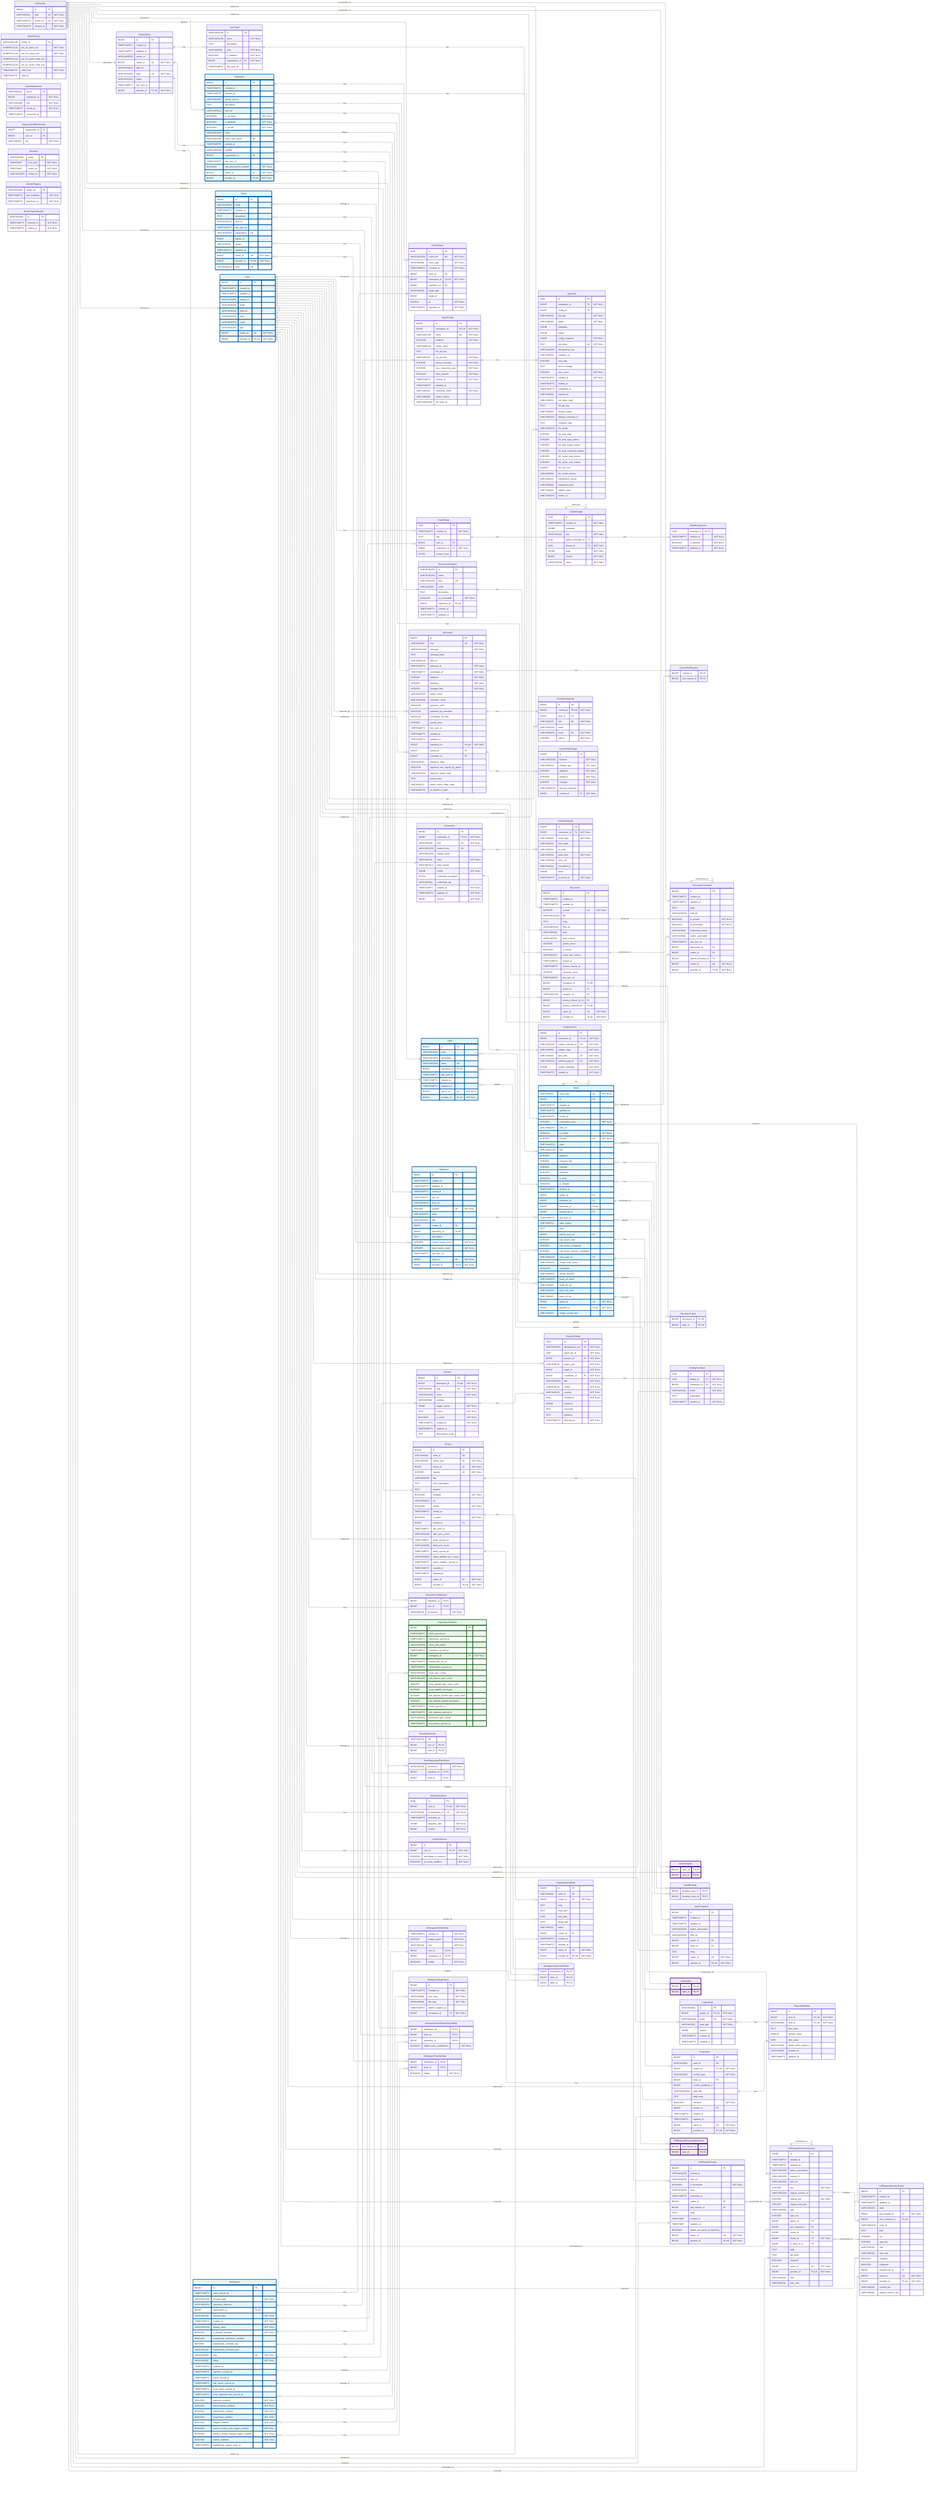
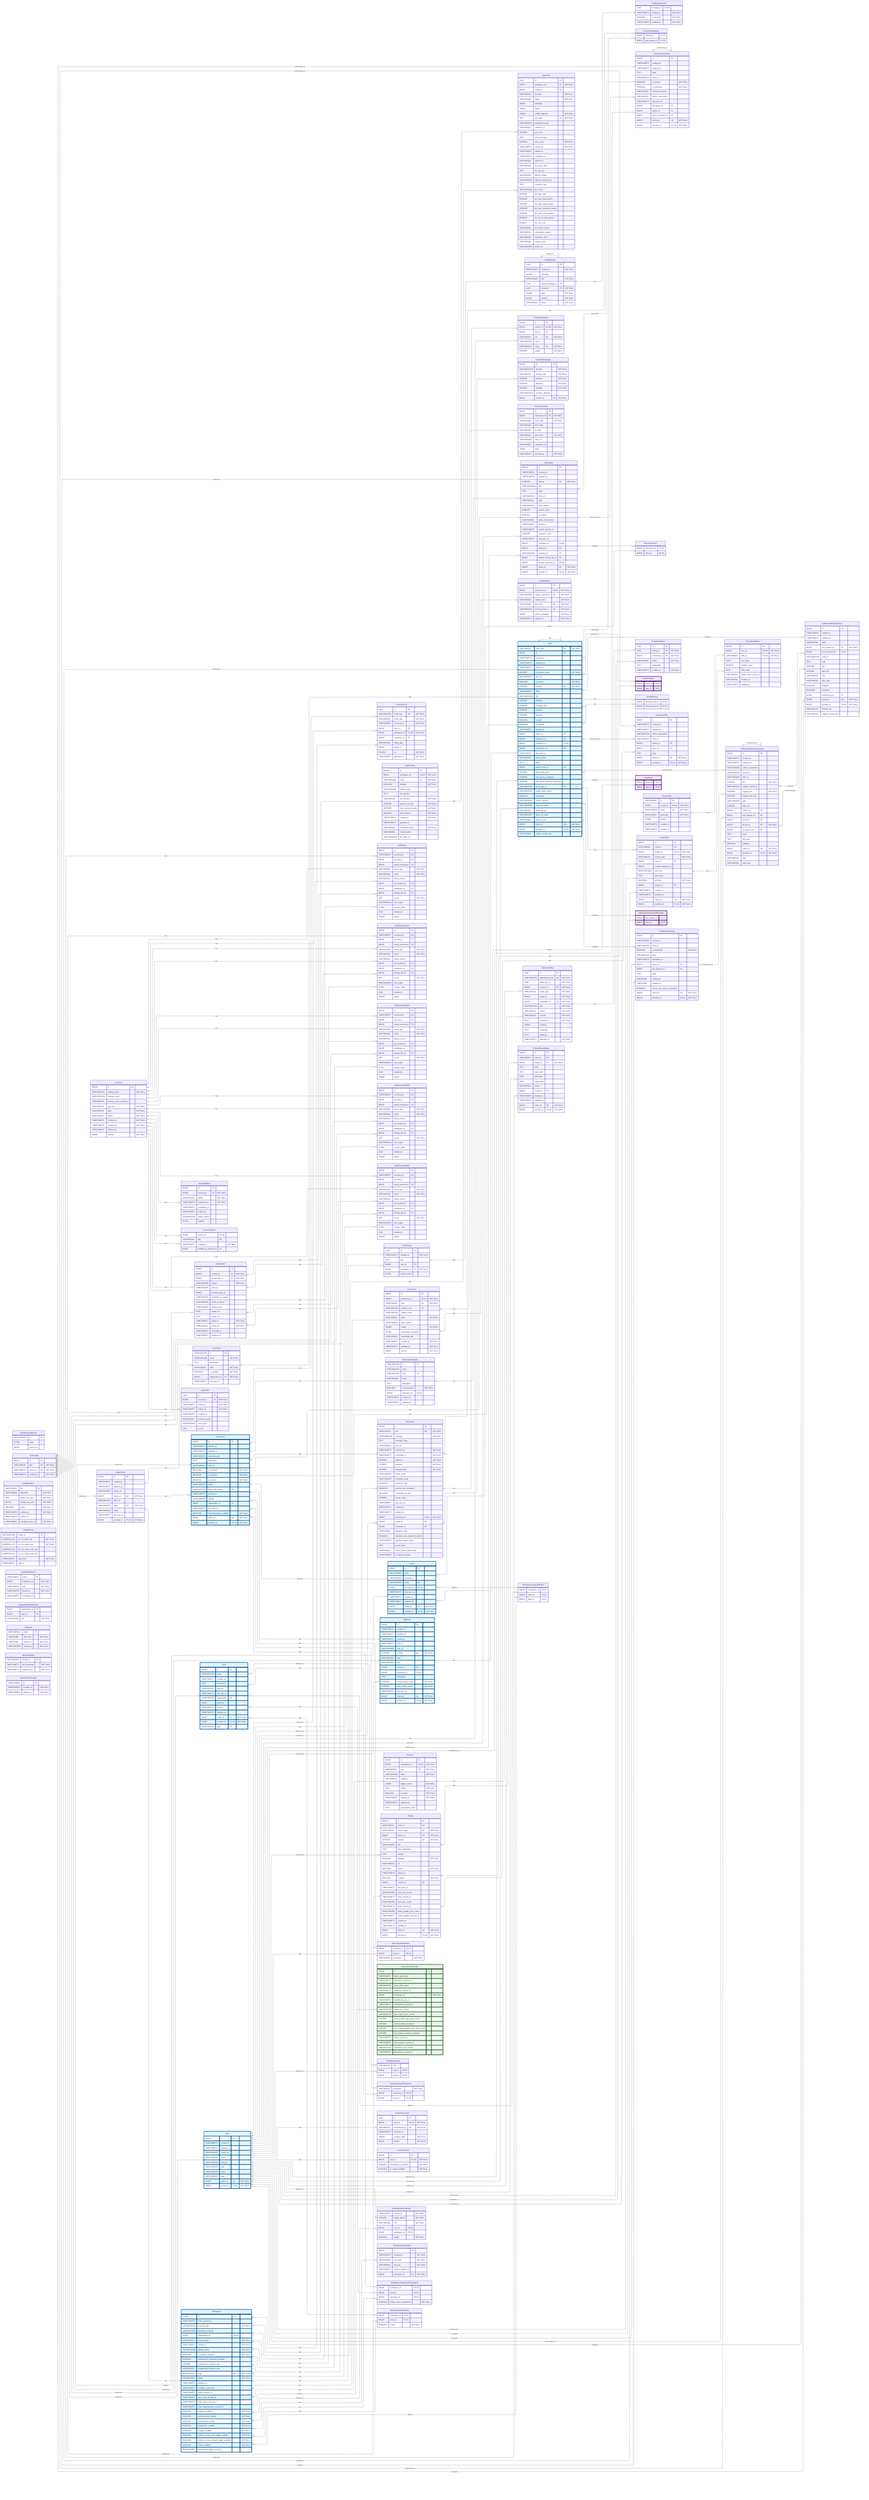
---
config:
    layout: elk
---
erDiagram
    %% Generated automatically from PostgreSQL database schema
    %% using scripts/generate-mermaid-erd.ts
    %% To regenerate: pnpm run db:generate-erd-docs

    direction LR
+ 
+     Account {
+         BIGINT id PK
+         VARCHAR(255) display_name "NOT NULL"
+         USER-DEFINED primary_email
+         TIMESTAMPTZ primary_email_verified_at
+         VARCHAR(16) app_role "NOT NULL"
+         VARCHAR(16) type "NOT NULL"
+         VARCHAR(16) status "NOT NULL"
+         TIMESTAMPTZ created_at "NOT NULL"
+         TIMESTAMPTZ updated_at "NOT NULL"
+         TIMESTAMPTZ deleted_at
+         BIGINT version "NOT NULL"
+     }
+ 
+     AccountExport {
+         BIGINT id PK
+         BIGINT account_id FK "NOT NULL"
+         VARCHAR(16) status "NOT NULL"
+         TIMESTAMPTZ requested_at "NOT NULL"
+         TIMESTAMPTZ completed_at
+         TIMESTAMPTZ expires_at
+         VARCHAR(128) failure_reason
+         BYTEA payload
+     }
+ 
+     AccountFeature {
+         BIGINT account_id PK,FK
+         VARCHAR(64) flag PK
+         TIMESTAMPTZ enabled_at "NOT NULL"
+         BIGINT enabled_by_account_id FK
+     }

    ActivityEvent {
        UUID id PK
        VARCHAR(255) event_key UK "NOT NULL"
        VARCHAR(64) event_type "NOT NULL"
        TIMESTAMPTZ occurred_at "NOT NULL"
        BIGINT actor_id FK
        BIGINT workspace_id FK,UK "NOT NULL"
        BIGINT repository_id FK
        VARCHAR(32) target_type
        BIGINT target_id
        DOUBLE xp "NOT NULL"
        TIMESTAMPTZ ingested_at "NOT NULL"
    }

    AgentConfig {
        BIGINT id PK
        BIGINT workspace_id FK,UK "NOT NULL"
        VARCHAR(100) name UK "NOT NULL"
        BOOLEAN enabled "NOT NULL"
        VARCHAR(128) model_name
        TEXT llm_api_key
        VARCHAR(32) llm_provider "NOT NULL"
        INTEGER timeout_seconds "NOT NULL"
        INTEGER max_concurrent_jobs "NOT NULL"
        BOOLEAN allow_internet "NOT NULL"
        TIMESTAMPTZ created_at "NOT NULL"
        TIMESTAMPTZ updated_at
        VARCHAR(16) credential_mode "NOT NULL"
        VARCHAR(50) model_version
        VARCHAR(2048) llm_base_url
    }

    AgentJob {
        UUID id PK
        BIGINT workspace_id FK "NOT NULL"
        BIGINT config_id FK
        VARCHAR(50) job_type "NOT NULL"
        VARCHAR(20) status "NOT NULL"
        JSONB metadata
        JSONB output
        JSONB config_snapshot "NOT NULL"
        TEXT job_token UK "NOT NULL"
        VARCHAR(255) idempotency_key
        VARCHAR(64) container_id
        INTEGER exit_code
        TEXT error_message
        INTEGER retry_count "NOT NULL"
        TIMESTAMPTZ created_at "NOT NULL"
        TIMESTAMPTZ started_at
        TIMESTAMPTZ completed_at
        VARCHAR(64) network_id
        VARCHAR(64) job_token_hash
        TEXT llm_api_key
        VARCHAR(20) delivery_status
        VARCHAR(255) delivery_comment_id
        TEXT container_logs
        VARCHAR(100) llm_model
        INTEGER llm_total_calls
        INTEGER llm_total_input_tokens
        INTEGER llm_total_output_tokens
        INTEGER llm_total_reasoning_tokens
        INTEGER llm_cache_read_tokens
        INTEGER llm_cache_write_tokens
        DOUBLE llm_cost_usd
        VARCHAR(50) llm_model_version
        VARCHAR(32) cancellation_reason
        VARCHAR(48) integration_kind
        VARCHAR(48) subject_class
        VARCHAR(255) worker_id
    }

+     AuthEvent {
+         BIGINT id PK
+         TIMESTAMPTZ occurred_at PK
+         BIGINT account_id FK
+         BIGINT acting_account_id FK
+         VARCHAR(48) event_type "NOT NULL"
+         VARCHAR(16) result "NOT NULL"
+         VARCHAR(64) failure_reason
+         BIGINT git_provider_id FK
+         BIGINT workspace_id FK
+         BIGINT identity_link_id FK
+         INET ip_inet "NOT NULL"
+         VARCHAR(512) user_agent
+         BYTEA session_hash
+         UUID request_id
+         JSONB details
+     }
+ 
+     AuthEventDefault {
+         BIGINT id PK
+         TIMESTAMPTZ occurred_at PK
+         BIGINT account_id FK
+         BIGINT acting_account_id FK
+         VARCHAR(48) event_type "NOT NULL"
+         VARCHAR(16) result "NOT NULL"
+         VARCHAR(64) failure_reason
+         BIGINT git_provider_id FK
+         BIGINT workspace_id FK
+         BIGINT identity_link_id FK
+         INET ip_inet "NOT NULL"
+         VARCHAR(512) user_agent
+         BYTEA session_hash
+         UUID request_id
+         JSONB details
+     }
+ 
+     AuthEventP202604 {
+         BIGINT id PK
+         TIMESTAMPTZ occurred_at PK
+         BIGINT account_id FK
+         BIGINT acting_account_id FK
+         VARCHAR(48) event_type "NOT NULL"
+         VARCHAR(16) result "NOT NULL"
+         VARCHAR(64) failure_reason
+         BIGINT git_provider_id FK
+         BIGINT workspace_id FK
+         BIGINT identity_link_id FK
+         INET ip_inet "NOT NULL"
+         VARCHAR(512) user_agent
+         BYTEA session_hash
+         UUID request_id
+         JSONB details
+     }
+ 
+     AuthEventP202605 {
+         BIGINT id PK
+         TIMESTAMPTZ occurred_at PK
+         BIGINT account_id FK
+         BIGINT acting_account_id FK
+         VARCHAR(48) event_type "NOT NULL"
+         VARCHAR(16) result "NOT NULL"
+         VARCHAR(64) failure_reason
+         BIGINT git_provider_id FK
+         BIGINT workspace_id FK
+         BIGINT identity_link_id FK
+         INET ip_inet "NOT NULL"
+         VARCHAR(512) user_agent
+         BYTEA session_hash
+         UUID request_id
+         JSONB details
+     }
+ 
+     AuthEventP202606 {
+         BIGINT id PK
+         TIMESTAMPTZ occurred_at PK
+         BIGINT account_id FK
+         BIGINT acting_account_id FK
+         VARCHAR(48) event_type "NOT NULL"
+         VARCHAR(16) result "NOT NULL"
+         VARCHAR(64) failure_reason
+         BIGINT git_provider_id FK
+         BIGINT workspace_id FK
+         BIGINT identity_link_id FK
+         INET ip_inet "NOT NULL"
+         VARCHAR(512) user_agent
+         BYTEA session_hash
+         UUID request_id
+         JSONB details
+     }
+ 
+     AuthRateLimitBucket {
+         VARCHAR(255) id PK
+         BYTEA state
+         BIGINT expires_at
+     }
+ 
    ChatMessage {
        UUID id PK
        TIMESTAMPTZ created_at "NOT NULL"
        JSONB metadata
        VARCHAR(16) role "NOT NULL"
        UUID parent_message_id FK
        UUID thread_id FK "NOT NULL"
        JSONB parts "NOT NULL"
        BIGINT version "NOT NULL"
        VARCHAR(16) status "NOT NULL"
    }

    ChatMessageVote {
        UUID message_id PK,FK
        TIMESTAMPTZ created_at "NOT NULL"
        BOOLEAN is_upvoted "NOT NULL"
        TIMESTAMPTZ updated_at "NOT NULL"
    }

    ChatThread {
        UUID id PK
        TIMESTAMPTZ created_at "NOT NULL"
        TEXT title
        BIGINT user_id FK
        BIGINT workspace_id FK "NOT NULL"
        BYTEA session_jsonl
    }

    CommitContributor {
        BIGINT id PK
        BIGINT commit_id FK,UK "NOT NULL"
        BIGINT user_id FK
        VARCHAR(32) role UK "NOT NULL"
        VARCHAR(255) name
        VARCHAR(255) email UK "NOT NULL"
        INTEGER ordinal "NOT NULL"
    }

    CommitFileChange {
        BIGINT id PK
        VARCHAR(1024) filename "NOT NULL"
        VARCHAR(32) change_type "NOT NULL"
        INTEGER additions "NOT NULL"
        INTEGER deletions "NOT NULL"
        INTEGER changes "NOT NULL"
        VARCHAR(1024) previous_filename
        BIGINT commit_id FK "NOT NULL"
    }

    CommitPullRequest {
        BIGINT commit_id PK,FK
        BIGINT pull_request_id PK,FK
    }

    Connection {
        BIGINT id PK
        BIGINT workspace_id FK,UK "NOT NULL"
        VARCHAR(48) kind UK "NOT NULL"
        VARCHAR(128) instance_key UK
        VARCHAR(256) display_name
        VARCHAR(32) state "NOT NULL"
        VARCHAR(512) state_reason
        JSONB config "NOT NULL"
        BYTEA credentials_encrypted
        VARCHAR(64) credentials_alg
        TIMESTAMPTZ created_at "NOT NULL"
        TIMESTAMPTZ updated_at "NOT NULL"
        BIGINT version "NOT NULL"
    }

    ConnectionAudit {
        BIGINT id PK
        BIGINT connection_id FK "NOT NULL"
        VARCHAR(48) event_type "NOT NULL"
        VARCHAR(32) from_state
        VARCHAR(32) to_state
        VARCHAR(32) actor_kind "NOT NULL"
        VARCHAR(256) actor_ref
        VARCHAR(64) correlation_id
        JSONB detail
        TIMESTAMPTZ occurred_at "NOT NULL"
    }

    Discussion {
        BIGINT id PK
        TIMESTAMPTZ created_at
        TIMESTAMPTZ updated_at
        INTEGER number UK "NOT NULL"
        VARCHAR(1024) title
        TEXT body
        VARCHAR(512) html_url
        VARCHAR(16) state
        VARCHAR(32) state_reason
        INTEGER upvote_count
        BOOLEAN is_locked
        VARCHAR(32) active_lock_reason
        TIMESTAMPTZ closed_at
        TIMESTAMPTZ answer_chosen_at
        INTEGER comment_count
        TIMESTAMPTZ last_sync_at
        BIGINT repository_id FK,UK
        BIGINT author_id FK
        VARCHAR(128) category_id FK
        BIGINT answer_chosen_by_id FK
        BIGINT answer_comment_id FK,UK
        BIGINT native_id UK "NOT NULL"
        BIGINT provider_id FK,UK "NOT NULL"
    }

    DiscussionCategory {
        VARCHAR(128) id PK
        VARCHAR(255) name
        VARCHAR(128) slug UK
        VARCHAR(32) emoji
        TEXT description
        BOOLEAN is_answerable "NOT NULL"
        BIGINT repository_id FK,UK
        TIMESTAMPTZ created_at
        TIMESTAMPTZ updated_at
    }

    DiscussionComment {
        BIGINT id PK
        TIMESTAMPTZ created_at
        TIMESTAMPTZ updated_at
        TEXT body
        VARCHAR(512) html_url
        BOOLEAN is_answer "NOT NULL"
        BOOLEAN is_minimized "NOT NULL"
        VARCHAR(64) minimized_reason
        VARCHAR(32) author_association
        TIMESTAMPTZ last_sync_at
        BIGINT discussion_id FK
        BIGINT author_id FK
        BIGINT parent_comment_id FK
        BIGINT native_id UK "NOT NULL"
        BIGINT provider_id FK,UK "NOT NULL"
    }

    DiscussionLabel {
        BIGINT discussion_id PK,FK
        BIGINT label_id PK,FK
    }

    FeedbackPost {
        BIGINT id PK
        BIGINT connection_id FK,UK "NOT NULL"
        VARCHAR(256) subject_external_id UK "NOT NULL"
        VARCHAR(48) subject_class "NOT NULL"
        VARCHAR(48) post_kind UK "NOT NULL"
        VARCHAR(256) external_post_id UK "NOT NULL"
        JSONB vendor_metadata "NOT NULL"
        TIMESTAMPTZ created_at "NOT NULL"
    }

    FindingFeedback {
        UUID id PK
        UUID finding_id FK "NOT NULL"
        BIGINT contributor_id FK "NOT NULL"
        VARCHAR(16) action "NOT NULL"
        TEXT explanation
        TIMESTAMPTZ created_at "NOT NULL"
    }

    GitCommit {
        BIGINT id PK
        VARCHAR(40) sha UK "NOT NULL"
        VARCHAR(1024) message "NOT NULL"
        TEXT message_body
        VARCHAR(512) html_url
        TIMESTAMPTZ authored_at "NOT NULL"
        TIMESTAMPTZ committed_at "NOT NULL"
        INTEGER additions "NOT NULL"
        INTEGER deletions "NOT NULL"
        INTEGER changed_files "NOT NULL"
        VARCHAR(255) author_email
        VARCHAR(255) committer_email
        BOOLEAN signature_valid
        BOOLEAN authored_by_committer
        BOOLEAN committed_via_web
        INTEGER parent_count
        TIMESTAMPTZ last_sync_at
        TIMESTAMPTZ created_at
        TIMESTAMPTZ updated_at
        BIGINT repository_id FK,UK "NOT NULL"
        BIGINT author_id FK
        BIGINT committer_id FK
        VARCHAR(32) signature_state
        BOOLEAN signature_was_signed_by_github
        VARCHAR(255) signature_signer_login
        TEXT parent_shas
        VARCHAR(32) status_check_rollup_state
        VARCHAR(255) on_behalf_of_login
    }

    GitProvider {
        BIGINT id PK
        VARCHAR(10) type UK "NOT NULL"
        VARCHAR(512) server_url UK "NOT NULL"
        TIMESTAMPTZ created_at "NOT NULL"
+     }
+ 
+     IdentityLink {
+         BIGINT id PK
+         BIGINT account_id FK "NOT NULL"
+         BIGINT git_provider_id FK "NOT NULL"
+         VARCHAR(255) subject "NOT NULL"
+         VARCHAR(255) team_id
+         BIGINT external_actor_id
+         VARCHAR(255) username_at_signup
+         VARCHAR(320) email_at_signup
+         VARCHAR(255) display_name
+         TEXT avatar_url
+         TEXT profile_url
+         TIMESTAMPTZ linked_at "NOT NULL"
+         VARCHAR(16) linked_via "NOT NULL"
+         TIMESTAMPTZ last_login_at
+         TIMESTAMPTZ disabled_at
    }

    Issue {
        VARCHAR(31) issue_type UK "NOT NULL"
        BIGINT id PK
        TIMESTAMPTZ created_at
        TIMESTAMPTZ updated_at
        TIMESTAMPTZ closed_at
        INTEGER comments_count "NOT NULL"
        VARCHAR(255) html_url
        BOOLEAN is_locked "NOT NULL"
        INTEGER number UK "NOT NULL"
        VARCHAR(255) state
        VARCHAR(1024) title
        INTEGER additions
        INTEGER changed_files
        INTEGER commits
        INTEGER deletions
        BOOLEAN is_draft
        BOOLEAN is_merged
        TIMESTAMPTZ merged_at
        BIGINT author_id FK
        BIGINT milestone_id FK
        BIGINT repository_id FK,UK
        BIGINT merged_by_id FK
        TIMESTAMPTZ last_sync_at
        VARCHAR(32) state_reason
        TEXT body
        BIGINT parent_issue_id FK
        INTEGER sub_issues_total
        INTEGER sub_issues_completed
        INTEGER sub_issues_percent_completed
        VARCHAR(128) issue_type_id FK
        VARCHAR(255) merge_state_status
        BOOLEAN mergeable
        VARCHAR(255) review_decision
        VARCHAR(255) head_ref_name
        VARCHAR(40) head_ref_oid
        VARCHAR(255) base_ref_name
        VARCHAR(40) base_ref_oid
        BIGINT native_id UK "NOT NULL"
        BIGINT provider_id FK,UK "NOT NULL"
        VARCHAR(40) merge_commit_sha
    }

    IssueAssignee {
        BIGINT issue_id PK,FK
        BIGINT user_id PK,FK
    }

    IssueBlocking {
        BIGINT blocked_issue_id PK,FK
        BIGINT blocking_issue_id PK,FK
    }

    IssueComment {
        BIGINT id PK
        TIMESTAMPTZ created_at
        TIMESTAMPTZ updated_at
        VARCHAR(255) author_association
        VARCHAR(255) html_url
        BIGINT author_id FK
        BIGINT issue_id FK
        TEXT body
        BIGINT native_id UK "NOT NULL"
        BIGINT provider_id FK,UK "NOT NULL"
    }

    IssueLabel {
        BIGINT issue_id PK,FK
        BIGINT label_id PK,FK
    }

    IssueType {
        VARCHAR(128) id PK
        VARCHAR(128) name "NOT NULL"
        TEXT description
        VARCHAR(20) color "NOT NULL"
        BOOLEAN is_enabled "NOT NULL"
        BIGINT organization_id FK "NOT NULL"
        TIMESTAMPTZ last_sync_at
+     }
+ 
+     IssuedJwt {
+         UUID jti PK
+         BIGINT account_id FK "NOT NULL"
+         TIMESTAMPTZ issued_at "NOT NULL"
+         TIMESTAMPTZ expires_at "NOT NULL"
+         TIMESTAMPTZ revoked_at
+         VARCHAR(32) revoked_reason
+         VARCHAR(512) user_agent
+         INET ip_inet
+     }
+ 
+     JwtSigningKey {
+         VARCHAR(64) kid PK
+         VARCHAR(16) algorithm "NOT NULL"
+         TEXT public_key_pem "NOT NULL"
+         BYTEA private_key_pem "NOT NULL"
+         BOOLEAN active "NOT NULL"
+         TIMESTAMPTZ created_at "NOT NULL"
+         TIMESTAMPTZ rotated_at
+         VARCHAR(64) encryption_key_id "NOT NULL"
    }

    Label {
        BIGINT id PK
        VARCHAR(255) color
        VARCHAR(255) description
        VARCHAR(255) name UK
        BIGINT repository_id FK,UK
        TIMESTAMPTZ last_sync_at
        TIMESTAMPTZ created_at
        TIMESTAMPTZ updated_at
        BIGINT native_id UK "NOT NULL"
        BIGINT provider_id FK,UK "NOT NULL"
    }

    Milestone {
        BIGINT id PK
        TIMESTAMPTZ created_at
        TIMESTAMPTZ updated_at
        TIMESTAMPTZ closed_at
        TIMESTAMPTZ due_on
        VARCHAR(255) html_url
        INTEGER number UK "NOT NULL"
        VARCHAR(255) state
        VARCHAR(255) title
        BIGINT creator_id FK
        BIGINT repository_id FK,UK
        TEXT description
        INTEGER closed_issues_count "NOT NULL"
        INTEGER open_issues_count "NOT NULL"
        TIMESTAMPTZ last_sync_at
        BIGINT native_id UK "NOT NULL"
        BIGINT provider_id FK,UK "NOT NULL"
    }

    ModelPricing {
        VARCHAR(128) model_id PK
        NUMERIC(12,6) per_1k_input_usd "NOT NULL"
        NUMERIC(12,6) per_1k_output_usd "NOT NULL"
        NUMERIC(12,6) per_1k_cache_read_usd
        NUMERIC(12,6) per_1k_cache_write_usd
        TIMESTAMPTZ valid_from "NOT NULL"
        TIMESTAMPTZ valid_to
    }

    OauthStateNonce {
        VARCHAR(32) nonce PK
        BIGINT workspace_id "NOT NULL"
        VARCHAR(48) kind "NOT NULL"
        TIMESTAMPTZ issued_at "NOT NULL"
        TIMESTAMPTZ consumed_at
    }

    Organization {
        BIGINT id PK
        TIMESTAMPTZ created_at
        TIMESTAMPTZ updated_at
        VARCHAR(255) avatar_url
        BIGINT native_id UK "NOT NULL"
        VARCHAR(255) html_url
        VARCHAR(255) login UK "NOT NULL"
        VARCHAR(255) name
        TIMESTAMPTZ last_sync_at
        BIGINT provider_id FK,UK "NOT NULL"
    }

    OrganizationMembership {
        BIGINT organization_id PK
        BIGINT user_id PK
        VARCHAR(32) role "NOT NULL"
    }

    Practice {
        BIGINT id PK
        BIGINT workspace_id FK,UK "NOT NULL"
        VARCHAR(64) slug UK "NOT NULL"
        VARCHAR(128) name "NOT NULL"
        VARCHAR(64) category
        JSONB trigger_events "NOT NULL"
        TEXT criteria "NOT NULL"
        BOOLEAN is_active "NOT NULL"
        TIMESTAMPTZ created_at "NOT NULL"
        TIMESTAMPTZ updated_at
        TEXT precompute_script
    }

    PracticeFinding {
        UUID id PK
        VARCHAR(255) idempotency_key UK "NOT NULL"
        UUID agent_job_id "NOT NULL"
        BIGINT practice_id FK "NOT NULL"
        VARCHAR(32) target_type "NOT NULL"
        BIGINT target_id "NOT NULL"
        BIGINT contributor_id FK "NOT NULL"
        VARCHAR(255) title "NOT NULL"
        VARCHAR(16) verdict "NOT NULL"
        VARCHAR(16) severity "NOT NULL"
        REAL confidence "NOT NULL"
        JSONB evidence
        TEXT reasoning
        TEXT guidance
        TIMESTAMPTZ detected_at "NOT NULL"
    }

    Project {
        BIGINT id PK
        VARCHAR(64) node_id UK
        VARCHAR(32) owner_type UK "NOT NULL"
        BIGINT owner_id UK "NOT NULL"
        INTEGER number UK "NOT NULL"
        VARCHAR(256) title
        TEXT short_description
        TEXT readme
        BOOLEAN template "NOT NULL"
        VARCHAR(512) url
        BOOLEAN closed "NOT NULL"
        TIMESTAMPTZ closed_at
        BOOLEAN is_public "NOT NULL"
        BIGINT creator_id FK
        TIMESTAMPTZ last_sync_at
        VARCHAR(256) item_sync_cursor
        TIMESTAMPTZ items_synced_at
        VARCHAR(256) field_sync_cursor
        TIMESTAMPTZ fields_synced_at
        VARCHAR(256) status_update_sync_cursor
        TIMESTAMPTZ status_updates_synced_at
        TIMESTAMPTZ created_at
        TIMESTAMPTZ updated_at
        BIGINT native_id UK "NOT NULL"
        BIGINT provider_id FK,UK "NOT NULL"
    }

    ProjectField {
        VARCHAR(64) id PK
        BIGINT project_id FK,UK "NOT NULL"
        VARCHAR(256) name UK "NOT NULL"
        VARCHAR(32) data_type "NOT NULL"
        JSONB options
        TIMESTAMPTZ created_at
        TIMESTAMPTZ updated_at
    }

    ProjectFieldValue {
        BIGINT id PK
        BIGINT item_id FK,UK "NOT NULL"
        VARCHAR(64) field_id FK,UK "NOT NULL"
        TEXT text_value
        DOUBLE number_value
        DATE date_value
        VARCHAR(64) single_select_option_id
        VARCHAR(64) iteration_id
        TIMESTAMPTZ updated_at
    }

    ProjectItem {
        BIGINT id PK
        VARCHAR(64) node_id UK
        BIGINT project_id FK,UK "NOT NULL"
        VARCHAR(32) content_type "NOT NULL"
        BIGINT issue_id FK
        BIGINT content_database_id
        VARCHAR(1024) draft_title
        TEXT draft_body
        BOOLEAN archived "NOT NULL"
        BIGINT creator_id FK
        TIMESTAMPTZ created_at
        TIMESTAMPTZ updated_at
        BIGINT native_id UK "NOT NULL"
        BIGINT provider_id FK,UK "NOT NULL"
    }

    ProjectStatusUpdate {
        BIGINT id PK
        VARCHAR(64) node_id UK
        BIGINT project_id FK "NOT NULL"
        TEXT body
        TEXT body_html
        DATE start_date
        DATE target_date
        VARCHAR(32) status
        BIGINT creator_id FK
        TIMESTAMPTZ created_at
        TIMESTAMPTZ updated_at
        BIGINT native_id UK "NOT NULL"
        BIGINT provider_id FK,UK "NOT NULL"
    }

    PullRequestRequestedReviewer {
        BIGINT pull_request_id PK,FK
        BIGINT user_id PK,FK
    }

    PullRequestReview {
        BIGINT id PK
        VARCHAR(255) commit_id
        VARCHAR(255) html_url
        BOOLEAN is_dismissed "NOT NULL"
        VARCHAR(255) state
        TIMESTAMPTZ submitted_at
        BIGINT author_id FK
        BIGINT pull_request_id FK
        TEXT body
        TIMESTAMP created_at
        TIMESTAMP updated_at
        BOOLEAN author_can_push_to_repository
        BIGINT native_id UK "NOT NULL"
        BIGINT provider_id FK,UK "NOT NULL"
    }

    PullRequestReviewComment {
        BIGINT id PK
        TIMESTAMPTZ created_at
        TIMESTAMPTZ updated_at
        VARCHAR(255) author_association
        VARCHAR(255) commit_id
        VARCHAR(255) html_url
        INTEGER line "NOT NULL"
        VARCHAR(255) original_commit_id
        INTEGER original_line "NOT NULL"
        INTEGER original_start_line
        VARCHAR(255) path
        INTEGER start_line
        BIGINT author_id FK
        BIGINT pull_request_id FK
        BIGINT review_id FK
        BIGINT thread_id FK "NOT NULL"
        BIGINT in_reply_to_id FK
        TEXT body
        TEXT diff_hunk
        BOOLEAN outdated
        BIGINT native_id UK "NOT NULL"
        BIGINT provider_id FK,UK "NOT NULL"
        VARCHAR(16) side
        VARCHAR(16) start_side
    }

    PullRequestReviewThread {
        BIGINT id PK
        TIMESTAMPTZ created_at
        TIMESTAMPTZ updated_at
        VARCHAR(20) state
        BIGINT pull_request_id FK "NOT NULL"
        BIGINT root_comment_id FK,UK
        VARCHAR(128) node_id
        TEXT path
        INTEGER line
        INTEGER start_line
        VARCHAR(16) side
        VARCHAR(16) start_side
        BOOLEAN outdated
        BOOLEAN collapsed
        BIGINT resolved_by_id FK
        BIGINT native_id UK "NOT NULL"
        BIGINT provider_id FK,UK "NOT NULL"
        VARCHAR(64) commit_sha
        VARCHAR(64) original_commit_sha
    }

    Repository {
        BIGINT id PK
        TIMESTAMPTZ created_at
        TIMESTAMPTZ updated_at
        VARCHAR(255) default_branch
        TEXT description
        VARCHAR(512) html_url
        BOOLEAN is_archived "NOT NULL"
        BOOLEAN is_disabled "NOT NULL"
        BOOLEAN is_private "NOT NULL"
        VARCHAR(255) name
        VARCHAR(150) name_with_owner UK
        TIMESTAMPTZ pushed_at
        VARCHAR(255) visibility
        BIGINT organization_id FK
        TIMESTAMPTZ last_sync_at
        BOOLEAN has_discussions_enabled "NOT NULL"
        BIGINT native_id UK "NOT NULL"
        BIGINT provider_id FK,UK "NOT NULL"
    }

    RepositoryCollaborator {
        BIGINT repository_id PK,FK
        BIGINT user_id PK,FK
        VARCHAR(32) permission "NOT NULL"
    }

    RepositoryToMonitor {
        BIGINT id PK
        TIMESTAMPTZ labels_synced_at
        TIMESTAMPTZ milestones_synced_at
        VARCHAR(255) name_with_owner
        TIMESTAMPTZ repository_synced_at
        BIGINT workspace_id FK "NOT NULL"
        TIMESTAMPTZ backfill_last_run_at
        TIMESTAMPTZ collaborators_synced_at
        VARCHAR(255) issue_sync_cursor
        VARCHAR(255) pull_request_sync_cursor
        INTEGER issue_backfill_high_water_mark
        INTEGER issue_backfill_checkpoint
        INTEGER pull_request_backfill_high_water_mark
        INTEGER pull_request_backfill_checkpoint
        TIMESTAMPTZ issues_synced_at
        TIMESTAMPTZ pull_requests_synced_at
        VARCHAR(255) discussion_sync_cursor
        TIMESTAMPTZ discussions_synced_at
    }

    Shedlock {
        VARCHAR(64) name PK
        TIMESTAMP lock_until "NOT NULL"
        TIMESTAMP locked_at "NOT NULL"
        VARCHAR(255) locked_by "NOT NULL"
    }

    Team {
        BIGINT id PK
        VARCHAR(255) name
        TIMESTAMPTZ created_at
        TEXT description
        VARCHAR(512) html_url
        TIMESTAMPTZ last_sync_at
        VARCHAR(255) organization UK
        BIGINT parent_id
        VARCHAR(32) privacy
        TIMESTAMPTZ updated_at
        BIGINT native_id UK "NOT NULL"
        BIGINT provider_id FK,UK "NOT NULL"
        VARCHAR(512) slug UK
    }

    TeamMembership {
        VARCHAR(32) role
        BIGINT user_id PK,FK
        BIGINT team_id PK,FK
    }

    TeamRepositoryPermission {
        VARCHAR(32) permission "NOT NULL"
        BIGINT repository_id PK,FK
        BIGINT team_id PK,FK
    }

    User {
        BIGINT id PK
        TIMESTAMPTZ created_at
        TIMESTAMPTZ updated_at
        VARCHAR(255) avatar_url
        VARCHAR(255) email
        VARCHAR(255) html_url
        VARCHAR(255) login
        VARCHAR(255) name
        VARCHAR(255) type
        BIGINT native_id UK "NOT NULL"
        BIGINT provider_id FK,UK "NOT NULL"
    }

    UserAchievement {
        UUID id PK
        BIGINT user_id FK,UK "NOT NULL"
        VARCHAR(64) achievement_id UK "NOT NULL"
        TIMESTAMPTZ unlocked_at
        JSONB progress_data "NOT NULL"
        BIGINT version "NOT NULL"
    }

    UserPreference {
        BIGINT id PK
        BIGINT user_id FK,UK "NOT NULL"
        BOOLEAN participate_in_research "NOT NULL"
        BOOLEAN ai_review_enabled "NOT NULL"
    }

    WorkerRegistry {
        VARCHAR(255) worker_id PK
        TIMESTAMPTZ last_heartbeat "NOT NULL"
        TIMESTAMPTZ registered_at "NOT NULL"
    }

    WorkerTokenDenylist {
        VARCHAR(64) jti PK
        TIMESTAMPTZ revoked_at "NOT NULL"
        TIMESTAMPTZ expires_at "NOT NULL"
    }

    Workspace {
        BIGINT id PK
        TIMESTAMPTZ users_synced_at
        VARCHAR(120) account_login "NOT NULL"
        VARCHAR(255) repository_selection
        BIGINT organization_id FK,UK
        VARCHAR(10) account_type "NOT NULL"
        TIMESTAMPTZ created_at "NOT NULL"
        VARCHAR(120) display_name "NOT NULL"
        BOOLEAN is_publicly_viewable "NOT NULL"
        BOOLEAN leaderboard_notification_enabled
        INTEGER leaderboard_schedule_day
        VARCHAR(10) leaderboard_schedule_time
        VARCHAR(64) slug UK "NOT NULL"
        VARCHAR(20) status "NOT NULL"
        TIMESTAMPTZ updated_at
        TIMESTAMPTZ members_synced_at
        TIMESTAMPTZ teams_synced_at
        TIMESTAMPTZ sub_issues_synced_at
        TIMESTAMPTZ issue_types_synced_at
        TIMESTAMPTZ issue_dependencies_synced_at
        BOOLEAN practices_enabled "NOT NULL"
        BOOLEAN achievements_enabled "NOT NULL"
        BOOLEAN leaderboard_enabled "NOT NULL"
        BOOLEAN progression_enabled "NOT NULL"
        BOOLEAN leagues_enabled "NOT NULL"
        BOOLEAN practice_review_auto_trigger_enabled "NOT NULL"
        BOOLEAN practice_review_manual_trigger_enabled "NOT NULL"
        BOOLEAN mentor_enabled "NOT NULL"
        TIMESTAMPTZ leaderboard_league_cycle_at
    }

    WorkspaceMembership {
        TIMESTAMPTZ created_at "NOT NULL"
        INTEGER league_points "NOT NULL"
        VARCHAR(16) role "NOT NULL"
        BIGINT user_id PK,FK
        BIGINT workspace_id PK,FK
        BOOLEAN hidden "NOT NULL"
    }

    WorkspaceSlugHistory {
        BIGINT id PK
        TIMESTAMPTZ changed_at "NOT NULL"
        VARCHAR(64) new_slug "NOT NULL"
        VARCHAR(64) old_slug "NOT NULL"
        TIMESTAMPTZ redirect_expires_at
        BIGINT workspace_id FK "NOT NULL"
    }

    WorkspaceTeamLabelFilter {
        BIGINT workspace_id PK,FK
        BIGINT team_id PK,FK
        BIGINT label_id PK,FK
    }

    WorkspaceTeamRepositorySetting {
        BIGINT workspace_id PK,FK
        BIGINT team_id PK,FK
        BIGINT repository_id PK,FK
        BOOLEAN hidden_from_contributions "NOT NULL"
    }

    WorkspaceTeamSetting {
        BIGINT workspace_id PK,FK
        BIGINT team_id PK,FK
        BOOLEAN hidden "NOT NULL"
    }

    %% Relationships
    %% One-to-One relationships
    Workspace ||--|| ActivityEvent : has
    Workspace ||--|| AgentConfig : has
    ChatMessage ||--|| ChatMessageVote : has
    GitCommit ||--|| CommitContributor : has
    Workspace ||--|| Connection : has
    DiscussionComment ||--|| Discussion : references
    GitProvider ||--|| Discussion : references
    Repository ||--|| Discussion : has
    Repository ||--|| DiscussionCategory : has
    GitProvider ||--|| DiscussionComment : commented_on
    Connection ||--|| FeedbackPost : has
    Repository ||--|| GitCommit : has
    GitProvider ||--|| Issue : references
    Repository ||--|| Issue : has
    GitProvider ||--|| IssueComment : commented_on
    GitProvider ||--|| Label : labeled
    Repository ||--|| Label : labeled
    GitProvider ||--|| Milestone : references
    Repository ||--|| Milestone : has
    GitProvider ||--|| Organization : references
    Workspace ||--|| Practice : has
    GitProvider ||--|| Project : references
    Project ||--|| ProjectField : has
    ProjectField ||--|| ProjectFieldValue : has
    ProjectItem ||--|| ProjectFieldValue : has
    Project ||--|| ProjectItem : has
    GitProvider ||--|| ProjectItem : references
    GitProvider ||--|| ProjectStatusUpdate : references
    GitProvider ||--|| PullRequestReview : reviewed
    GitProvider ||--|| PullRequestReviewComment : commented_on
    GitProvider ||--|| PullRequestReviewThread : reviewed
    PullRequestReviewComment ||--|| PullRequestReviewThread : reviewed
    GitProvider ||--|| Repository : references
    GitProvider ||--|| Team : references
    GitProvider ||--|| User : references
    User ||--|| UserAchievement : has
    User ||--|| UserPreference : has
    Organization ||--|| Workspace : has
    User ||--|| WorkspaceMembership : belongs_to
    Workspace ||--|| WorkspaceMembership : belongs_to

    %% One-to-Many relationships
+     Account ||--o{ AccountExport : has
    User ||--o{ ActivityEvent : references
    Repository ||--o{ ActivityEvent : has
    AgentConfig ||--o{ AgentJob : has
    Workspace ||--o{ AgentJob : has
+     Account ||--o{ AuthEvent : has
+     Account ||--o{ AuthEvent : has
+     GitProvider ||--o{ AuthEvent : has
+     IdentityLink ||--o{ AuthEvent : has
+     Workspace ||--o{ AuthEvent : has
+     Account ||--o{ AuthEventDefault : has
+     Account ||--o{ AuthEventDefault : has
+     GitProvider ||--o{ AuthEventDefault : has
+     IdentityLink ||--o{ AuthEventDefault : has
+     Workspace ||--o{ AuthEventDefault : has
+     Account ||--o{ AuthEventP202604 : has
+     Account ||--o{ AuthEventP202604 : has
+     GitProvider ||--o{ AuthEventP202604 : has
+     IdentityLink ||--o{ AuthEventP202604 : has
+     Workspace ||--o{ AuthEventP202604 : has
+     Account ||--o{ AuthEventP202605 : has
+     Account ||--o{ AuthEventP202605 : has
+     GitProvider ||--o{ AuthEventP202605 : has
+     IdentityLink ||--o{ AuthEventP202605 : has
+     Workspace ||--o{ AuthEventP202605 : has
+     Account ||--o{ AuthEventP202606 : has
+     Account ||--o{ AuthEventP202606 : has
+     GitProvider ||--o{ AuthEventP202606 : has
+     IdentityLink ||--o{ AuthEventP202606 : has
+     Workspace ||--o{ AuthEventP202606 : has
    ChatMessage ||--o{ ChatMessage : references
    ChatThread ||--o{ ChatMessage : has
    User ||--o{ ChatThread : has
    Workspace ||--o{ ChatThread : has
    User ||--o{ CommitContributor : has
    GitCommit ||--o{ CommitFileChange : has
    Connection ||--o{ ConnectionAudit : has
    User ||--o{ Discussion : references
    User ||--o{ Discussion : authored_by
    DiscussionCategory ||--o{ Discussion : has
    User ||--o{ DiscussionComment : commented_on
    Discussion ||--o{ DiscussionComment : commented_on
    DiscussionComment ||--o{ DiscussionComment : commented_on
    User ||--o{ FindingFeedback : references
    PracticeFinding ||--o{ FindingFeedback : has
    User ||--o{ GitCommit : authored_by
    User ||--o{ GitCommit : references
+     Account ||--o{ IdentityLink : has
+     GitProvider ||--o{ IdentityLink : has
    User ||--o{ Issue : authored_by
    IssueType ||--o{ Issue : has
    User ||--o{ Issue : merged_by
    Milestone ||--o{ Issue : has
    Issue ||--o{ Issue : has
    User ||--o{ IssueComment : commented_on
    Issue ||--o{ IssueComment : commented_on
    Organization ||--o{ IssueType : has
+     Account ||--o{ IssuedJwt : has
    User ||--o{ Milestone : created_by
    User ||--o{ PracticeFinding : references
    Practice ||--o{ PracticeFinding : has
    User ||--o{ Project : created_by
    User ||--o{ ProjectItem : created_by
    Issue ||--o{ ProjectItem : has
    User ||--o{ ProjectStatusUpdate : created_by
    Project ||--o{ ProjectStatusUpdate : has
    User ||--o{ PullRequestReview : reviewed
    Issue ||--o{ PullRequestReview : reviewed
    User ||--o{ PullRequestReviewComment : commented_on
    PullRequestReviewComment ||--o{ PullRequestReviewComment : commented_on
    Issue ||--o{ PullRequestReviewComment : commented_on
    PullRequestReview ||--o{ PullRequestReviewComment : commented_on
    PullRequestReviewThread ||--o{ PullRequestReviewComment : commented_on
    Issue ||--o{ PullRequestReviewThread : reviewed
    User ||--o{ PullRequestReviewThread : reviewed
    Organization ||--o{ Repository : has
    Workspace ||--o{ RepositoryToMonitor : monitors
    Workspace ||--o{ WorkspaceSlugHistory : has

    %% Many-to-Many relationships
+     Account }o--o{ AccountFeature : has
+     Account }o--o{ AccountFeature : has
    GitCommit }o--o{ CommitPullRequest : has
    Issue }o--o{ CommitPullRequest : references
    Discussion }o--o{ DiscussionLabel : labeled
    Label }o--o{ DiscussionLabel : labeled
    Issue }o--o{ IssueAssignee : assigned_to
    User }o--o{ IssueAssignee : assigned_to
    Issue }o--o{ IssueBlocking : has
    Issue }o--o{ IssueBlocking : has
    Issue }o--o{ IssueLabel : labeled
    Label }o--o{ IssueLabel : labeled
    Issue }o--o{ PullRequestRequestedReviewer : reviewed
    User }o--o{ PullRequestRequestedReviewer : reviewed
    Repository }o--o{ RepositoryCollaborator : has
    User }o--o{ RepositoryCollaborator : has
    Team }o--o{ TeamMembership : belongs_to
    User }o--o{ TeamMembership : belongs_to
    Repository }o--o{ TeamRepositoryPermission : has
    Team }o--o{ TeamRepositoryPermission : has
    Label }o--o{ WorkspaceTeamLabelFilter : labeled
    Team }o--o{ WorkspaceTeamLabelFilter : labeled
    Workspace }o--o{ WorkspaceTeamLabelFilter : labeled
    Repository }o--o{ WorkspaceTeamRepositorySetting : has
    Team }o--o{ WorkspaceTeamRepositorySetting : has
    Workspace }o--o{ WorkspaceTeamRepositorySetting : has
    Team }o--o{ WorkspaceTeamSetting : has
    Workspace }o--o{ WorkspaceTeamSetting : has

    %% Styling
    classDef primaryEntity fill:#e1f5fe,stroke:#01579b,stroke-width:2px
    classDef associationEntity fill:#f3e5f5,stroke:#4a148c,stroke-width:2px
    classDef metadataEntity fill:#e8f5e8,stroke:#1b5e20,stroke-width:2px

    class Issue primaryEntity
    class IssueAssignee associationEntity
    class IssueLabel associationEntity
    class Label primaryEntity
    class Milestone primaryEntity
    class PullRequestRequestedReviewer associationEntity
    class Repository primaryEntity
    class RepositoryToMonitor metadataEntity
    class Team primaryEntity
    class User primaryEntity
    class Workspace primaryEntity
